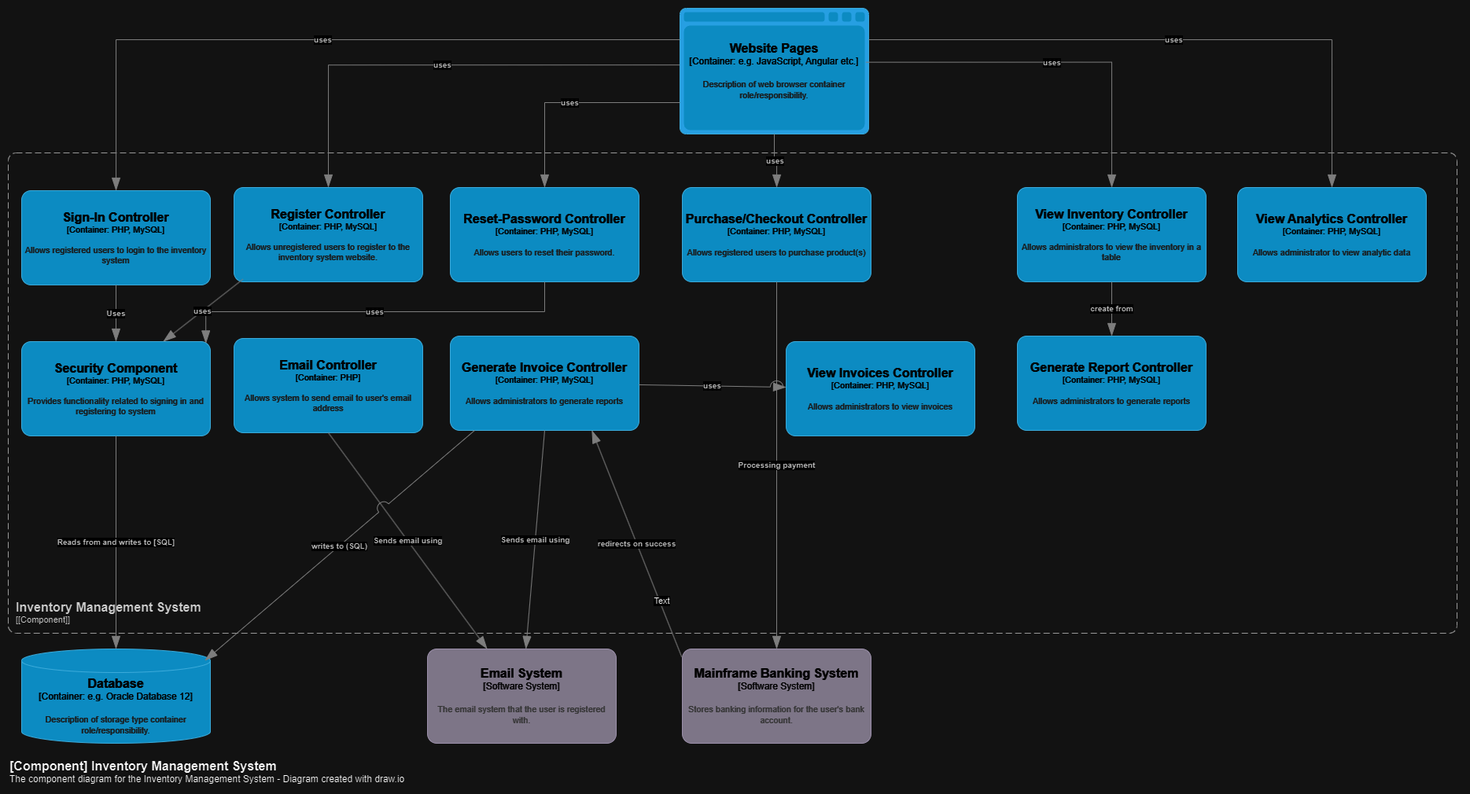
Before: C4 Diagrams/ComponentDiagram.png, a diagram exported from draw.io (Vani0904/Team-Project-Inventory-System). Source tidied: cells renumbered, new cells last; positions are measured from the earlier drawing's top-left corner, leaving out a move shared by most shapes.
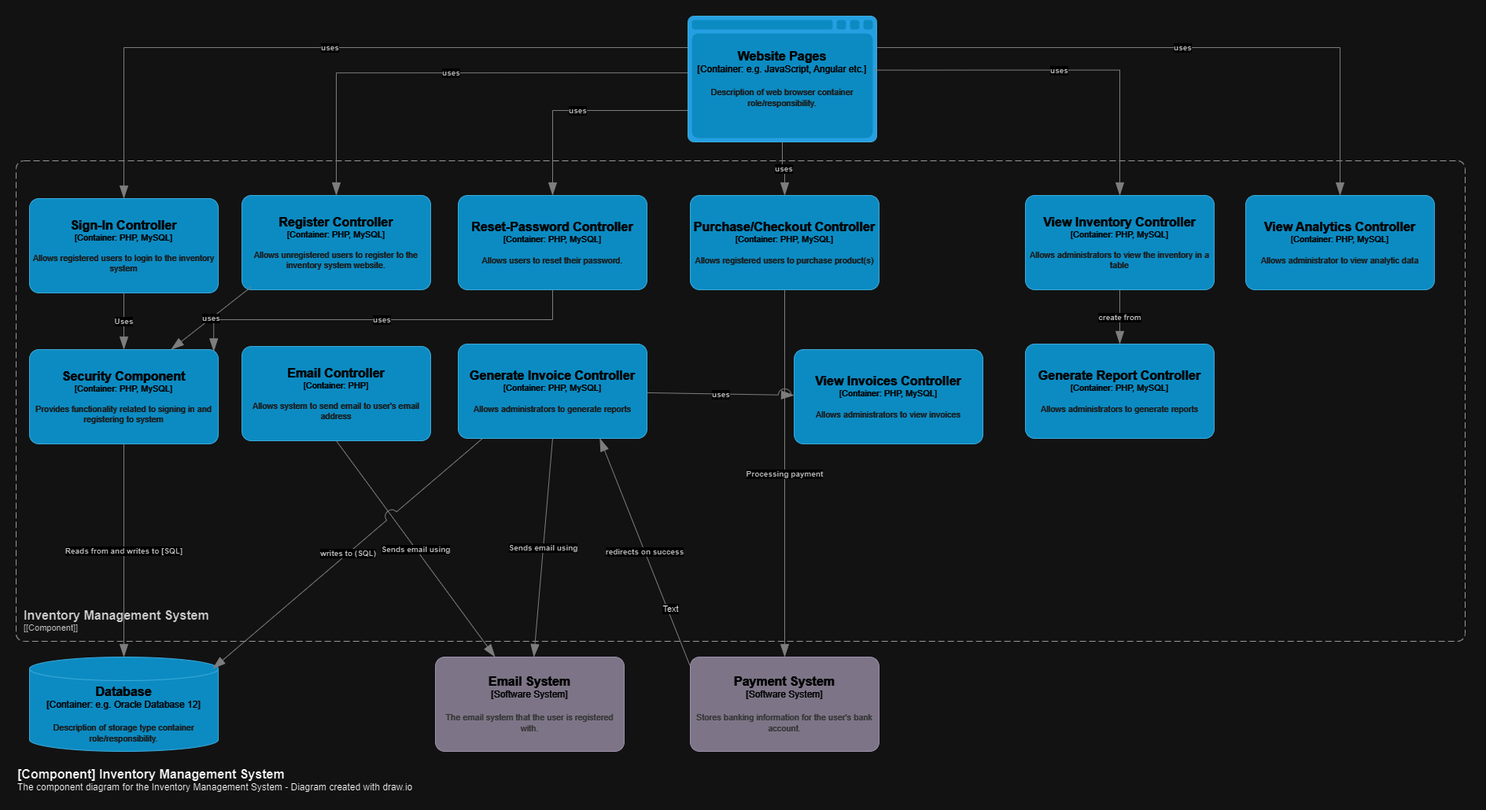
The same file after the commit.

What changed in the source:
```diff
@@ -102,7 +102,7 @@
         <mxGeometry x="1563" y="228" width="240" height="120" as="geometry" />
       </mxCell>
     </object>
-    <object id="22" label="&lt;font style=&quot;font-size: 16px&quot;&gt;&lt;b&gt;%c4Name%&lt;/b&gt;&lt;/font&gt;&lt;div&gt;[%c4Type%]&lt;/div&gt;&lt;br&gt;&lt;div&gt;&lt;font style=&quot;font-size: 11px&quot;&gt;&lt;font color=&quot;#cccccc&quot;&gt;%c4Description%&lt;/font&gt;&lt;/div&gt;" c4Description="Stores banking information for the user's bank account." c4Name="Mainframe Banking System" c4Type="Software System" placeholders="1">
+    <object id="22" label="&lt;font style=&quot;font-size: 16px&quot;&gt;&lt;b&gt;%c4Name%&lt;/b&gt;&lt;/font&gt;&lt;div&gt;[%c4Type%]&lt;/div&gt;&lt;br&gt;&lt;div&gt;&lt;font style=&quot;font-size: 11px&quot;&gt;&lt;font color=&quot;#cccccc&quot;&gt;%c4Description%&lt;/font&gt;&lt;/div&gt;" c4Description="Stores banking information for the user's bank account." c4Name="Payment System" c4Type="Software System" placeholders="1">
       <mxCell style="rounded=1;whiteSpace=wrap;html=1;labelBackgroundColor=none;fillColor=#8C8496;fontColor=#ffffff;align=center;arcSize=10;strokeColor=#736782;points=[[0.25,0,0],[0.5,0,0],[0.75,0,0],[1,0.25,0],[1,0.5,0],[1,0.75,0],[0.75,1,0],[0.5,1,0],[0.25,1,0],[0,0.75,0],[0,0.5,0],[0,0.25,0]];" parent="1" vertex="1">
         <mxGeometry x="857" y="815" width="240" height="120" as="geometry" />
       </mxCell>
```
